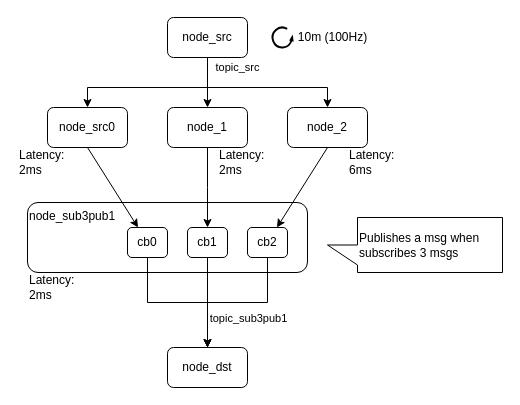
Above: page "sample_sub3pub1" (3 of 6) of node_diagram.drawio in takeshi-iwanari/caret_sample (draw.io), before the change. Source tidied: cells renumbered, new cells numbered last; positions are measured from the earlier drawing's top-left corner, leaving out a move shared by most shapes. Both pictures are drawn from the tidied source at 100%, with x=0, y=0 at pixel (17, 17).
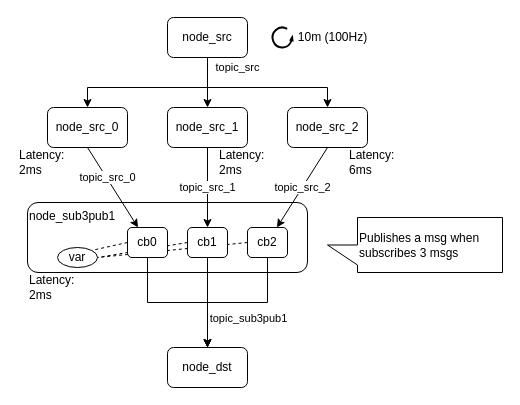
After the change.

Commit message (it also covers changes not shown here):
doc: update node diagram

The change refers to these unchanged cells:
```xml
<mxCell id="5" style="edgeStyle=none;html=1;exitX=0.5;exitY=1;exitDx=0;exitDy=0;" parent="1" edge="1" source="6" target="9">
  <mxGeometry relative="1" as="geometry" />
</mxCell>
<mxCell id="18" value="cb2" style="rounded=1;whiteSpace=wrap;html=1;" parent="1" vertex="1">
  <mxGeometry x="230" y="210" width="40" height="30" as="geometry" />
</mxCell>
```

The edit, as a diff of the source:
```diff
@@
+    <mxCell id="28" value="topic_src_0" style="edgeLabel;html=1;align=center;verticalAlign=middle;" parent="5" vertex="1">
+      <mxGeometry x="-0.59" y="4" relative="1" as="geometry">
+        <mxPoint x="6" y="16" as="offset" />
+      </mxGeometry>
+    </mxCell>
-    <mxCell id="6" value="node_src0" style="rounded=1;whiteSpace=wrap;html=1;" parent="1" vertex="1">
+    <mxCell id="6" value="node_src_0" style="rounded=1;whiteSpace=wrap;html=1;" parent="1" vertex="1">
       <mxGeometry x="30" y="90" width="80" height="40" as="geometry" />
     </mxCell>
-    <mxCell id="7" style="edgeStyle=elbowEdgeStyle;rounded=0;elbow=vertical;html=1;" parent="1" edge="1" source="8" target="17">
+    <mxCell id="7" value="topic_src_1" style="edgeStyle=elbowEdgeStyle;rounded=0;elbow=vertical;html=1;" parent="1" edge="1" source="8" target="17">
       <mxGeometry relative="1" as="geometry" />
     </mxCell>
-    <mxCell id="8" value="node_1" style="rounded=1;whiteSpace=wrap;html=1;" parent="1" vertex="1">
+    <mxCell id="8" value="node_src_1" style="rounded=1;whiteSpace=wrap;html=1;" parent="1" vertex="1">
       <mxGeometry x="150" y="90" width="80" height="40" as="geometry" />
     </mxCell>
-    <mxCell id="9" value="cb0" style="rounded=1;whiteSpace=wrap;html=1;" parent="1" vertex="1">
-      <mxGeometry x="110" y="210" width="40" height="30" as="geometry" />
-    </mxCell>
+    <mxCell id="29" style="edgeStyle=none;html=1;exitX=0;exitY=0.5;exitDx=0;exitDy=0;entryX=1;entryY=0;entryDx=0;entryDy=0;dashed=1;endArrow=none;endFill=0;" parent="1" edge="1" source="9" target="32">
+      <mxGeometry relative="1" as="geometry" />
+    </mxCell>
@@
-    <mxCell id="11" style="rounded=0;elbow=vertical;html=1;exitX=0.5;exitY=1;exitDx=0;exitDy=0;" parent="1" edge="1" source="12" target="18">
+    <mxCell id="11" value="topic_src_2" style="rounded=0;elbow=vertical;html=1;exitX=0.5;exitY=1;exitDx=0;exitDy=0;" parent="1" edge="1" source="12" target="18">
       <mxGeometry relative="1" as="geometry" />
     </mxCell>
-    <mxCell id="12" value="node_2" style="rounded=1;whiteSpace=wrap;html=1;" parent="1" vertex="1">
+    <mxCell id="12" value="node_src_2" style="rounded=1;whiteSpace=wrap;html=1;" parent="1" vertex="1">
       <mxGeometry x="270" y="90" width="80" height="40" as="geometry" />
     </mxCell>
@@
-    <mxCell id="17" value="cb1" style="rounded=1;whiteSpace=wrap;html=1;" parent="1" vertex="1">
-      <mxGeometry x="170" y="210" width="40" height="30" as="geometry" />
-    </mxCell>
+    <mxCell id="30" style="edgeStyle=none;html=1;exitX=0;exitY=0.5;exitDx=0;exitDy=0;entryX=1;entryY=0.5;entryDx=0;entryDy=0;dashed=1;endArrow=none;endFill=0;" parent="1" edge="1" source="17" target="32">
+      <mxGeometry relative="1" as="geometry" />
+    </mxCell>
+    <mxCell id="31" style="edgeStyle=none;html=1;exitX=0;exitY=0.5;exitDx=0;exitDy=0;dashed=1;endArrow=none;endFill=0;entryX=1;entryY=0.5;entryDx=0;entryDy=0;" parent="1" edge="1" source="18" target="32">
+      <mxGeometry relative="1" as="geometry" />
+    </mxCell>
@@
+    <mxCell id="32" value="var" style="ellipse;whiteSpace=wrap;html=1;" parent="1" vertex="1">
+      <mxGeometry x="40" y="230" width="40" height="20" as="geometry" />
+    </mxCell>
+    <mxCell id="9" value="cb0" style="rounded=1;whiteSpace=wrap;html=1;" parent="1" vertex="1">
+      <mxGeometry x="110" y="210" width="40" height="30" as="geometry" />
+    </mxCell>
+    <mxCell id="17" value="cb1" style="rounded=1;whiteSpace=wrap;html=1;" parent="1" vertex="1">
+      <mxGeometry x="170" y="210" width="40" height="30" as="geometry" />
+    </mxCell>
```
